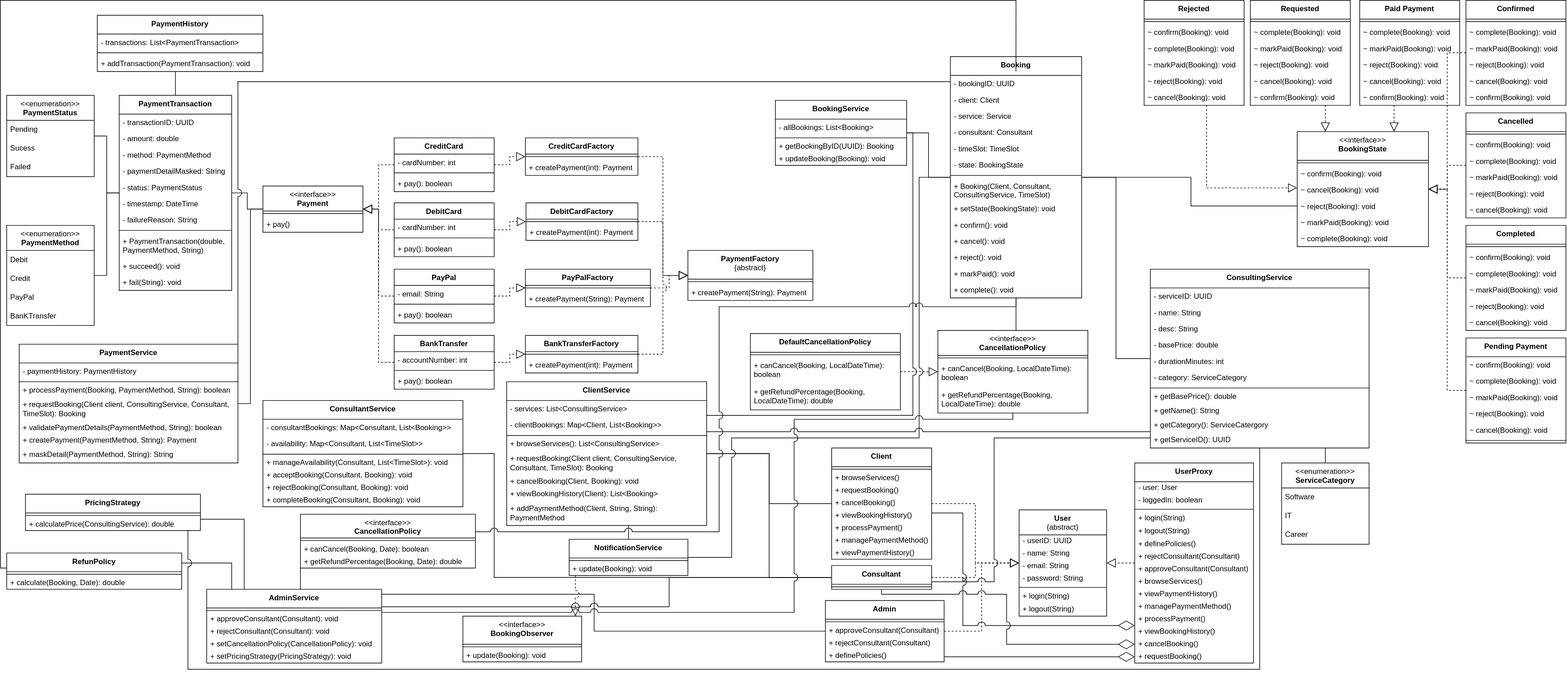
The draw.io diagram diagrams/EECS3311_ClassDiagram.drawio.svg in K1fight/EECS3311Project, before a commit. Source tidied: cells renumbered, new cells last; positions are measured from the earlier drawing's top-left corner, leaving out a move shared by most shapes.
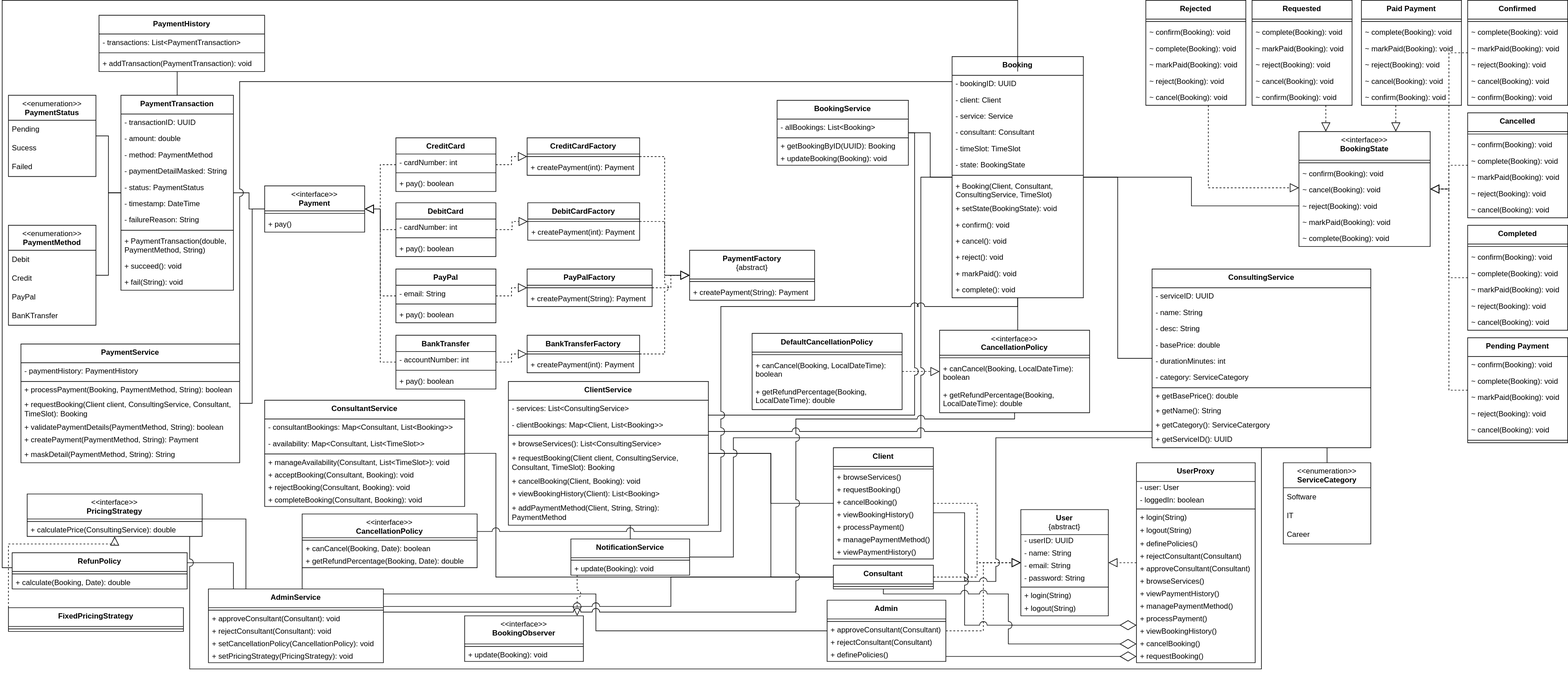
The same diagram one commit later.

Diff of the diagram source:
```diff
@@ -873,14 +873,14 @@
         </Array>
       </mxGeometry>
     </mxCell>
-    <mxCell id="281" value="&lt;b&gt;PricingStrategy&lt;/b&gt;" style="swimlane;fontStyle=0;align=center;verticalAlign=top;horizontal=1;startSize=30;html=1;whiteSpace=wrap;" parent="1" vertex="1">
-      <mxGeometry x="40" y="790" width="280" height="58" as="geometry" />
+    <mxCell id="281" value="&lt;div&gt;&amp;lt;&amp;lt;interface&amp;gt;&amp;gt;&lt;b&gt;&lt;br&gt;&lt;/b&gt;&lt;/div&gt;&lt;b&gt;PricingStrategy&lt;/b&gt;" style="swimlane;fontStyle=0;align=center;verticalAlign=top;horizontal=1;startSize=40;html=1;whiteSpace=wrap;" parent="1" vertex="1">
+      <mxGeometry x="40" y="790" width="280" height="68" as="geometry" />
     </mxCell>
     <mxCell id="282" style="line;strokeWidth=1;fillColor=none;align=left;verticalAlign=middle;spacingTop=-1;spacingLeft=3;spacingRight=3;labelPosition=right;" parent="281" vertex="1">
-      <mxGeometry y="30" width="280" height="8" as="geometry" />
+      <mxGeometry y="40" width="280" height="8" as="geometry" />
     </mxCell>
     <mxCell id="283" value="+ calculatePrice(ConsultingService): double" style="text;html=1;strokeColor=none;fillColor=none;align=left;verticalAlign=middle;spacingLeft=4;spacingRight=4;overflow=hidden;whiteSpace=wrap;" parent="281" vertex="1">
-      <mxGeometry y="38" width="280" height="20" as="geometry" />
+      <mxGeometry y="48" width="280" height="20" as="geometry" />
     </mxCell>
     <mxCell id="284" style="html=1;endArrow=none;rounded=0;edgeStyle=elbowEdgeStyle;jumpStyle=arc;jumpSize=12;" parent="1" edge="1" source="156" target="281">
       <mxGeometry relative="1" as="geometry">
@@ -974,7 +974,7 @@
       </mxGeometry>
     </mxCell>
     <mxCell id="299" value="&lt;b&gt;RefunPolicy&lt;/b&gt;" style="swimlane;fontStyle=0;align=center;verticalAlign=top;horizontal=1;startSize=30;html=1;whiteSpace=wrap;" parent="1" vertex="1">
-      <mxGeometry x="10" y="884" width="280" height="58" as="geometry" />
+      <mxGeometry x="16" y="884" width="280" height="58" as="geometry" />
     </mxCell>
     <mxCell id="300" style="line;strokeWidth=1;fillColor=none;align=left;verticalAlign=middle;spacingTop=-1;spacingLeft=3;spacingRight=3;labelPosition=right;" parent="299" vertex="1">
       <mxGeometry y="30" width="280" height="8" as="geometry" />
@@ -1000,5 +1000,19 @@
         </Array>
       </mxGeometry>
     </mxCell>
+    <mxCell id="304" value="&lt;b&gt;FixedPricingStrategy&lt;/b&gt;" style="swimlane;fontStyle=0;align=center;verticalAlign=top;horizontal=1;startSize=30;html=1;whiteSpace=wrap;" parent="1" vertex="1">
+      <mxGeometry x="10" y="972" width="280" height="38" as="geometry" />
+    </mxCell>
+    <mxCell id="305" style="line;strokeWidth=1;fillColor=none;align=left;verticalAlign=middle;spacingTop=-1;spacingLeft=3;spacingRight=3;labelPosition=right;" parent="304" vertex="1">
+      <mxGeometry y="30" width="280" height="8" as="geometry" />
+    </mxCell>
+    <mxCell id="306" style="endArrow=block;dashed=1;endFill=0;endSize=12;html=1;rounded=0;edgeStyle=orthogonalEdgeStyle;" parent="1" edge="1" source="304" target="281">
+      <mxGeometry relative="1" as="geometry">
+        <Array as="points">
+          <mxPoint x="10" y="870" />
+          <mxPoint x="180" y="870" />
+        </Array>
+      </mxGeometry>
+    </mxCell>
   </root>
 </mxGraphModel>
```
